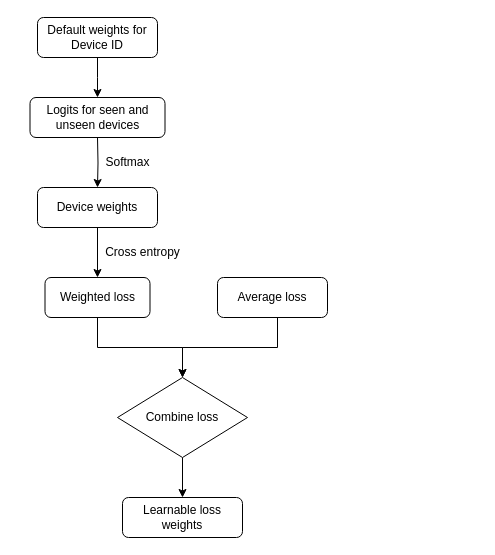
Before: Untitled Diagram.drawio in akarifrites/moodeng_is_cute, a draw.io diagram. Source tidied: cells renumbered, new cells numbered last; positions are measured from the earlier drawing's top-left corner, leaving out a move shared by most shapes. Both pictures are drawn from the tidied source at 100%, with x=0, y=0 at pixel (29, 17).
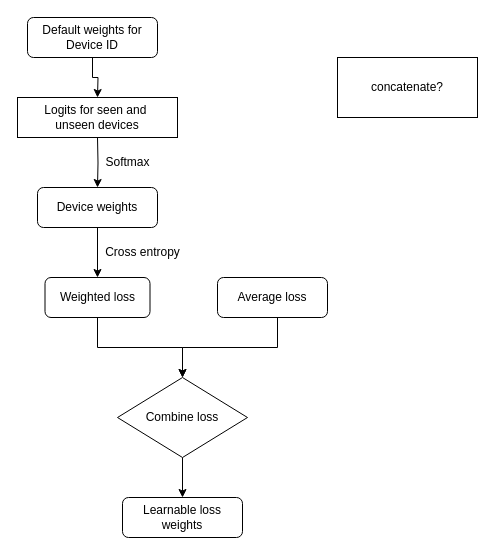
After the change.

What changed in the source:
```diff
@@
     <mxCell id="3" value="Default weights for Device ID" style="rounded=1;whiteSpace=wrap;html=1;fontSize=12;glass=0;strokeWidth=1;shadow=0;" parent="1" vertex="1">
-      <mxGeometry x="8" width="120" height="40" as="geometry" />
+      <mxGeometry x="-2" width="130" height="40" as="geometry" />
     </mxCell>
@@
-    <mxCell id="13" value="Logits for seen and unseen devices" style="rounded=1;whiteSpace=wrap;html=1;" parent="1" vertex="1">
-      <mxGeometry x="0.5" y="80" width="135" height="40" as="geometry" />
-    </mxCell>
-    <mxCell id="14" style="edgeStyle=orthogonalEdgeStyle;rounded=0;orthogonalLoop=1;jettySize=auto;html=1;exitX=0.5;exitY=1;exitDx=0;exitDy=0;" parent="1" edge="1" source="13" target="13">
-      <mxGeometry relative="1" as="geometry" />
+    <mxCell id="14" style="edgeStyle=orthogonalEdgeStyle;rounded=0;orthogonalLoop=1;jettySize=auto;html=1;exitX=0.5;exitY=1;exitDx=0;exitDy=0;" parent="1" edge="1">
+      <mxGeometry relative="1" as="geometry">
+        <mxPoint x="68" y="120" as="sourcePoint" />
+        <mxPoint x="68" y="120" as="targetPoint" />
+      </mxGeometry>
     </mxCell>
@@
+    <mxCell id="13" value="&lt;div&gt;Logits for seen and&amp;nbsp;&lt;/div&gt;&lt;div&gt;unseen devices&lt;/div&gt;" style="rounded=0;whiteSpace=wrap;html=1;" parent="1" vertex="1">
+      <mxGeometry x="-12" y="80" width="160" height="40" as="geometry" />
+    </mxCell>
+    <mxCell id="19" value="concatenate?" style="whiteSpace=wrap;html=1;" parent="1" vertex="1">
+      <mxGeometry x="308" y="40" width="140" height="60" as="geometry" />
+    </mxCell>
```
